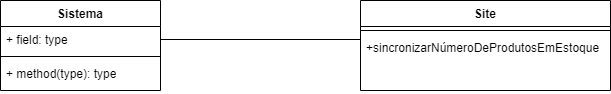
Earlier version of the draw.io export DC1.drawio.png (Zaibam/Desenvolvimento-De-Sistemas-1). Source tidied: cells renumbered, new cells last; positions are measured from the earlier drawing's top-left corner, leaving out a move shared by most shapes.
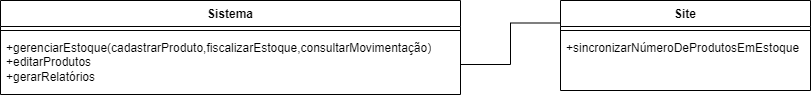
The same diagram one commit later.

What changed in the source:
```diff
@@ -2,26 +2,17 @@
   <root>
     <mxCell id="0" />
     <mxCell id="1" parent="0" />
-    <mxCell id="2" style="edgeStyle=orthogonalEdgeStyle;rounded=0;orthogonalLoop=1;jettySize=auto;html=1;exitX=1;exitY=0.5;exitDx=0;exitDy=0;entryX=0;entryY=0.5;entryDx=0;entryDy=0;endArrow=none;endFill=0;" parent="1" edge="1">
-      <mxGeometry relative="1" as="geometry">
-        <mxPoint x="160" y="39" as="sourcePoint" />
-        <mxPoint x="360" y="39" as="targetPoint" />
-      </mxGeometry>
-    </mxCell>
     <mxCell id="3" value="Sistema" style="swimlane;fontStyle=1;align=center;verticalAlign=top;horizontal=1;startSize=26;whiteSpace=wrap;html=1;" parent="1" vertex="1">
-      <mxGeometry width="160" height="90" as="geometry" />
+      <mxGeometry x="-110" width="460" height="94" as="geometry" />
     </mxCell>
-    <mxCell id="4" value="+ field: type" style="text;strokeColor=none;fillColor=none;align=left;verticalAlign=top;spacingLeft=4;spacingRight=4;overflow=hidden;whiteSpace=wrap;html=1;" parent="3" vertex="1">
-      <mxGeometry y="26" width="160" height="26" as="geometry" />
-    </mxCell>
     <mxCell id="5" style="line;strokeWidth=1;fillColor=none;align=left;verticalAlign=middle;spacingTop=-1;spacingLeft=3;spacingRight=3;labelPosition=right;strokeColor=inherit;" parent="3" vertex="1">
-      <mxGeometry y="52" width="160" height="8" as="geometry" />
+      <mxGeometry y="26" width="460" height="8" as="geometry" />
     </mxCell>
-    <mxCell id="6" value="+ method(type): type" style="text;strokeColor=none;fillColor=none;align=left;verticalAlign=top;spacingLeft=4;spacingRight=4;overflow=hidden;points=[[0,0.5],[1,0.5]];portConstraint=eastwest;whiteSpace=wrap;html=1;" parent="3" vertex="1">
-      <mxGeometry y="60" width="160" height="30" as="geometry" />
+    <mxCell id="6" value="+gerenciarEstoque(cadastrarProduto,fiscalizarEstoque,consultarMovimentação)&lt;br&gt;+editarProdutos&lt;br&gt;+gerarRelatórios" style="text;strokeColor=none;fillColor=none;align=left;verticalAlign=top;spacingLeft=4;spacingRight=4;overflow=hidden;points=[[0,0.5],[1,0.5]];portConstraint=eastwest;whiteSpace=wrap;html=1;" parent="3" vertex="1">
+      <mxGeometry y="34" width="460" height="60" as="geometry" />
     </mxCell>
     <mxCell id="7" value="Site" style="swimlane;fontStyle=1;align=center;verticalAlign=top;horizontal=1;startSize=26;whiteSpace=wrap;html=1;" parent="1" vertex="1">
-      <mxGeometry x="360" width="250" height="90" as="geometry" />
+      <mxGeometry x="450" width="250" height="90" as="geometry" />
     </mxCell>
     <mxCell id="8" style="line;strokeWidth=1;fillColor=none;align=left;verticalAlign=middle;spacingTop=-1;spacingLeft=3;spacingRight=3;labelPosition=right;strokeColor=inherit;" parent="7" vertex="1">
       <mxGeometry y="26" width="250" height="8" as="geometry" />
@@ -29,5 +20,8 @@
     <mxCell id="9" value="+sincronizarNúmeroDeProdutosEmEstoque" style="text;strokeColor=none;fillColor=none;align=left;verticalAlign=top;spacingLeft=4;spacingRight=4;overflow=hidden;whiteSpace=wrap;html=1;" parent="7" vertex="1">
       <mxGeometry y="34" width="250" height="56" as="geometry" />
     </mxCell>
+    <mxCell id="10" style="edgeStyle=orthogonalEdgeStyle;rounded=0;jettySize=auto;html=1;exitX=1;exitY=0.5;exitDx=0;exitDy=0;entryX=0;entryY=0.25;entryDx=0;entryDy=0;endArrow=none;endFill=0;" parent="1" edge="1" source="6" target="7">
+      <mxGeometry relative="1" as="geometry" />
+    </mxCell>
   </root>
 </mxGraphModel>
```
